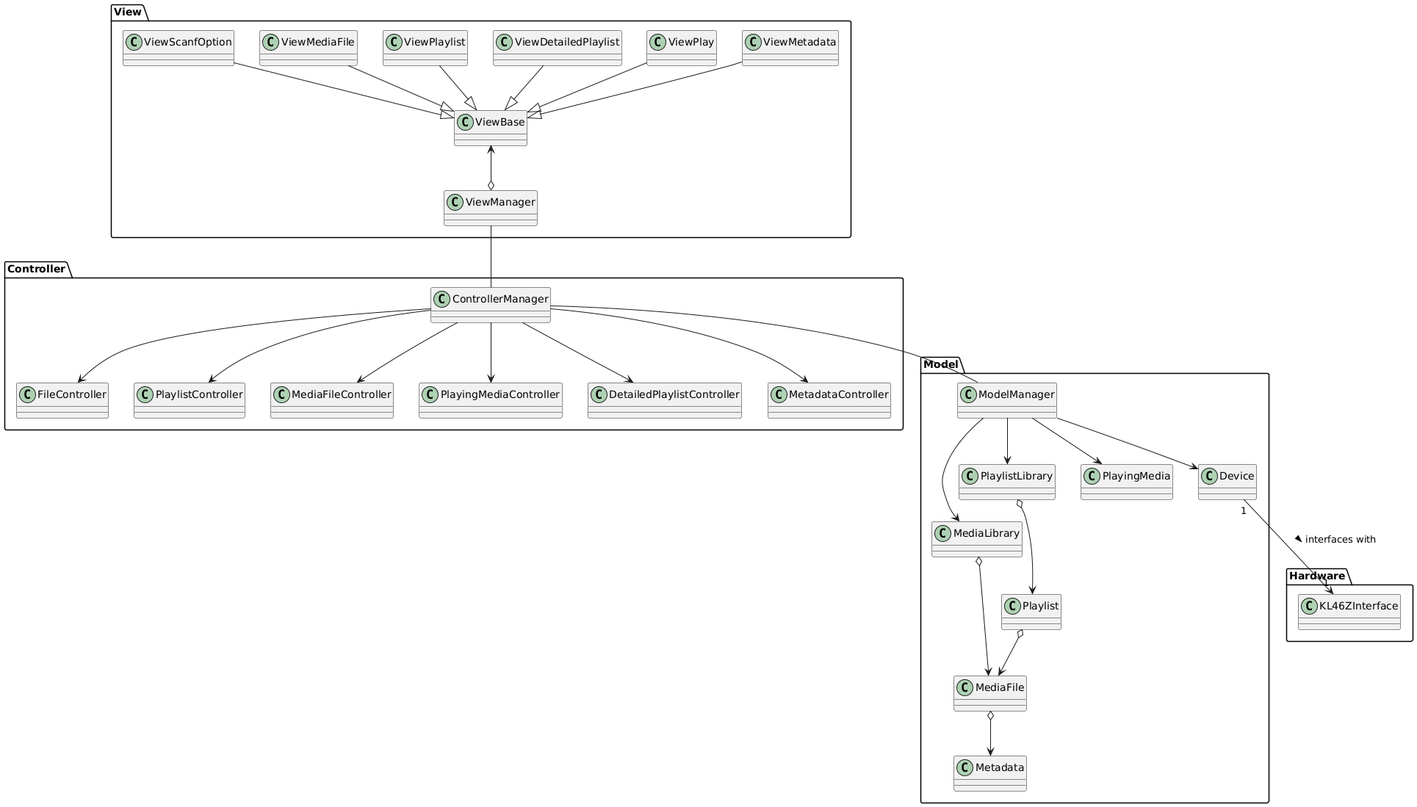
Above: project/Docs/MVC/MVC.png in Weizy-NTT/Spotify-rep-1-1 (PlantUML), before the change.
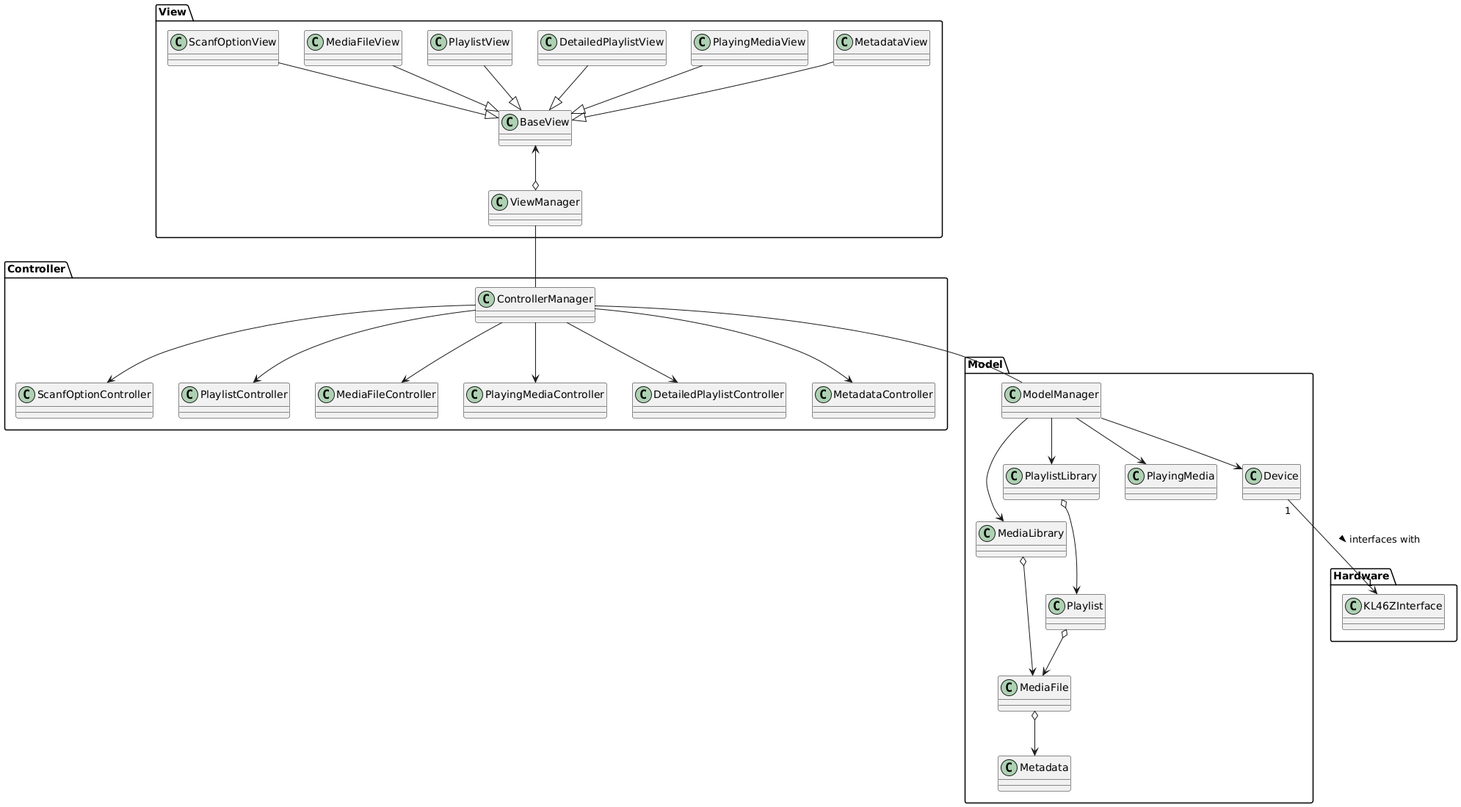
After the change.

Change to the diagram source:
```diff
@@ -1,7 +1,7 @@
 @startuml
 package Controller {
 
-    ControllerManager --> FileController
+    ControllerManager --> ScanfOptionController
     ControllerManager --> PlaylistController
     ControllerManager --> MediaFileController
     ControllerManager --> PlayingMediaController
@@ -23,13 +23,13 @@
 
 package View {
 
-    ViewScanfOption --|> ViewBase
-    ViewMediaFile --|> ViewBase
-    ViewPlaylist --|> ViewBase
-    ViewDetailedPlaylist --|> ViewBase
-    ViewPlay --|> ViewBase
-    ViewMetadata --|> ViewBase
-    ViewBase <--o ViewManager
+    ScanfOptionView --|> BaseView
+    MediaFileView --|> BaseView
+    PlaylistView --|> BaseView
+    DetailedPlaylistView --|> BaseView
+    PlayingMediaView --|> BaseView
+    MetadataView --|> BaseView
+    BaseView <--o ViewManager
 }
 
 package Hardware {
```
